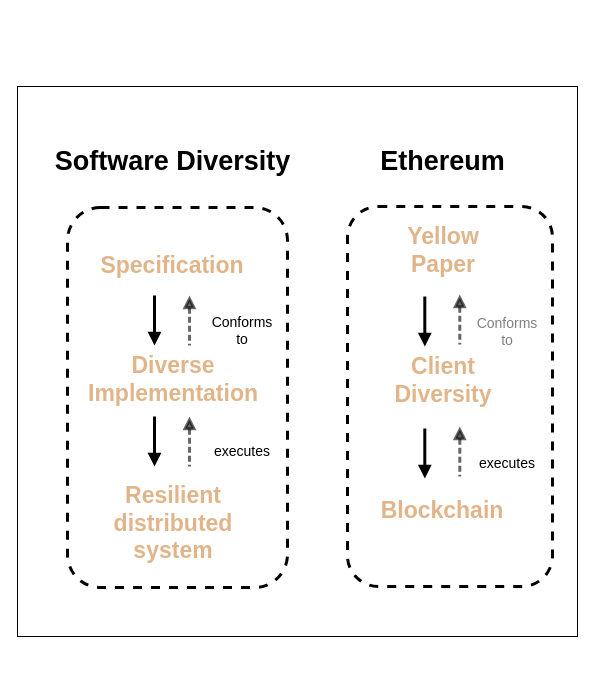
Before: flow_sd_eth.drawio in nala7/eth_client_diversity, a draw.io diagram. Source tidied: cells renumbered, new cells numbered last; positions are measured from the earlier drawing's top-left corner, leaving out a move shared by most shapes. Both pictures are drawn from the tidied source at 100%, with x=0, y=0 at pixel (17, 17).
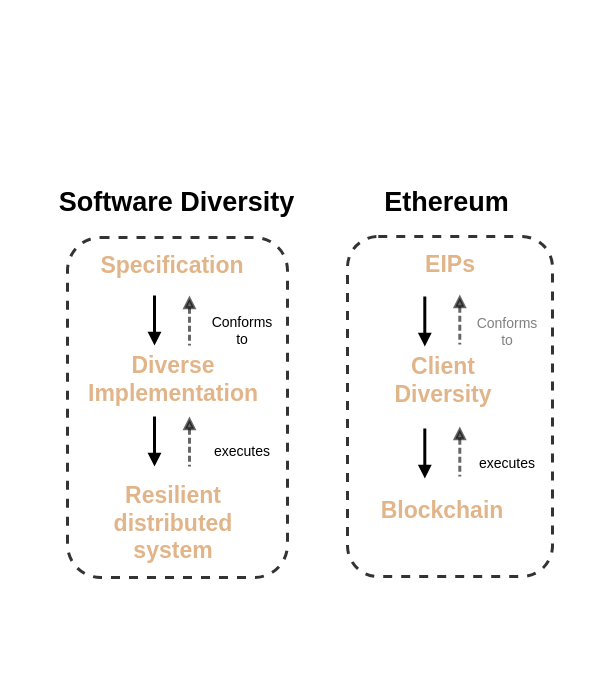
The same page after the edit.

Unchanged cells that the change refers to:
```xml
<mxCell id="7" style="group;" parent="1" vertex="1">
  <mxGeometry x="40" width="230" height="660" as="geometry" />
</mxCell>
```

Diff of the diagram source:
```diff
@@
-    <mxCell id="2" style="rounded=0;whiteSpace=wrap;html=1;fillColor=light-dark(#FFFFFF,#FEFFF3);" parent="1" vertex="1">
-      <mxGeometry y="69" width="560" height="550" as="geometry" />
-    </mxCell>
-    <mxCell id="3" style="rounded=1;whiteSpace=wrap;html=1;strokeColor=light-dark(#000000,#00CCCC);fillColor=light-dark(#FFFFFF,#CCFFFF);strokeWidth=3;dashed=1;" parent="1" vertex="1">
-      <mxGeometry x="330" y="189" width="205" height="380" as="geometry" />
+    <mxCell id="3" style="rounded=1;whiteSpace=wrap;html=1;strokeColor=light-dark(#000000,#00CCCC);fillColor=light-dark(#FFFFFF,#CCFFFF);strokeWidth=3;dashed=1;opacity=80;" parent="1" vertex="1">
+      <mxGeometry x="330" y="219" width="205" height="340" as="geometry" />
     </mxCell>
-    <mxCell id="4" value="&lt;div style=&quot;text-align: center;&quot;&gt;&lt;span style=&quot;background-color: transparent; font-size: 23px;&quot;&gt;&lt;font style=&quot;color: light-dark(rgb(225, 181, 137), rgb(26, 56, 55));&quot;&gt;&lt;b style=&quot;&quot;&gt;Yellow Paper&lt;/b&gt;&lt;/font&gt;&lt;/span&gt;&lt;/div&gt;" style="text;whiteSpace=wrap;html=1;" parent="1" vertex="1">
-      <mxGeometry x="365" y="199" width="120" height="50" as="geometry" />
+    <mxCell id="4" value="&lt;div style=&quot;&quot;&gt;&lt;span style=&quot;background-color: transparent; font-size: 23px;&quot;&gt;&lt;font style=&quot;color: light-dark(rgb(225, 181, 137), rgb(26, 56, 55));&quot;&gt;&lt;b style=&quot;&quot;&gt;EIPs&lt;/b&gt;&lt;/font&gt;&lt;/span&gt;&lt;/div&gt;" style="text;whiteSpace=wrap;html=1;align=center;" parent="1" vertex="1">
+      <mxGeometry x="372.5" y="227" width="120" height="50" as="geometry" />
     </mxCell>
@@
-    <mxCell id="8" style="rounded=1;whiteSpace=wrap;html=1;strokeColor=light-dark(#000000,#FF8000);fillColor=light-dark(#FFFFFF,#FFE6CC);strokeWidth=3;dashed=1;" parent="7" vertex="1">
-      <mxGeometry x="10" y="190" width="220" height="380" as="geometry" />
+    <mxCell id="8" style="rounded=1;whiteSpace=wrap;html=1;strokeColor=light-dark(#000000,#FF8000);fillColor=light-dark(#FFFFFF,#FFE6CC);strokeWidth=3;dashed=1;opacity=80;" parent="7" vertex="1">
+      <mxGeometry x="10" y="220" width="220" height="340" as="geometry" />
     </mxCell>
@@
     <mxCell id="20" value="&lt;font style=&quot;color: light-dark(rgb(0, 0, 0), rgb(77, 77, 77)); font-size: 27px;&quot;&gt;&lt;b style=&quot;&quot;&gt;Software Diversity&lt;/b&gt;&lt;/font&gt;" style="text;html=1;whiteSpace=wrap;strokeColor=none;fillColor=none;align=center;verticalAlign=middle;rounded=0;" parent="1" vertex="1">
-      <mxGeometry x="15.6" y="129" width="278.8" height="30" as="geometry" />
+      <mxGeometry x="20" y="170" width="278.8" height="30" as="geometry" />
     </mxCell>
     <mxCell id="21" value="&lt;font style=&quot;color: light-dark(rgb(0, 0, 0), rgb(77, 77, 77)); font-size: 27px;&quot;&gt;&lt;b style=&quot;&quot;&gt;Ethereum&lt;/b&gt;&lt;/font&gt;" style="text;html=1;whiteSpace=wrap;strokeColor=none;fillColor=none;align=center;verticalAlign=middle;rounded=0;" parent="1" vertex="1">
-      <mxGeometry x="285.6" y="129" width="278.8" height="30" as="geometry" />
+      <mxGeometry x="290" y="170" width="278.8" height="30" as="geometry" />
     </mxCell>
```
